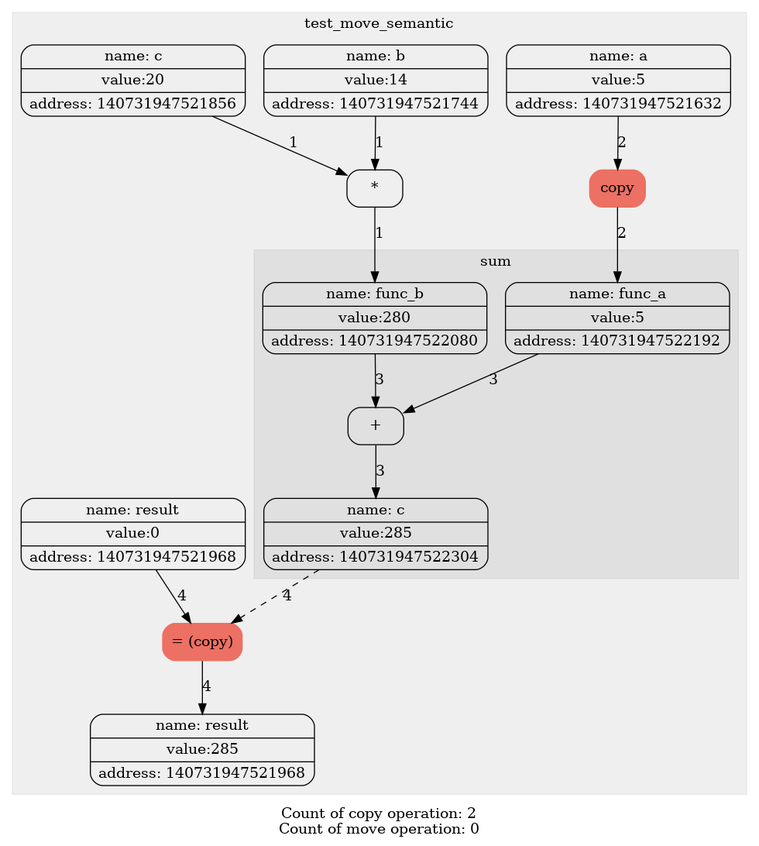
This is diagrams/graph_no_flag.png from levasemin/Move_Semantic, a Graphviz export, as it was before one commit. Its source is kept beside it as diagrams/graph_no_flag.dot.
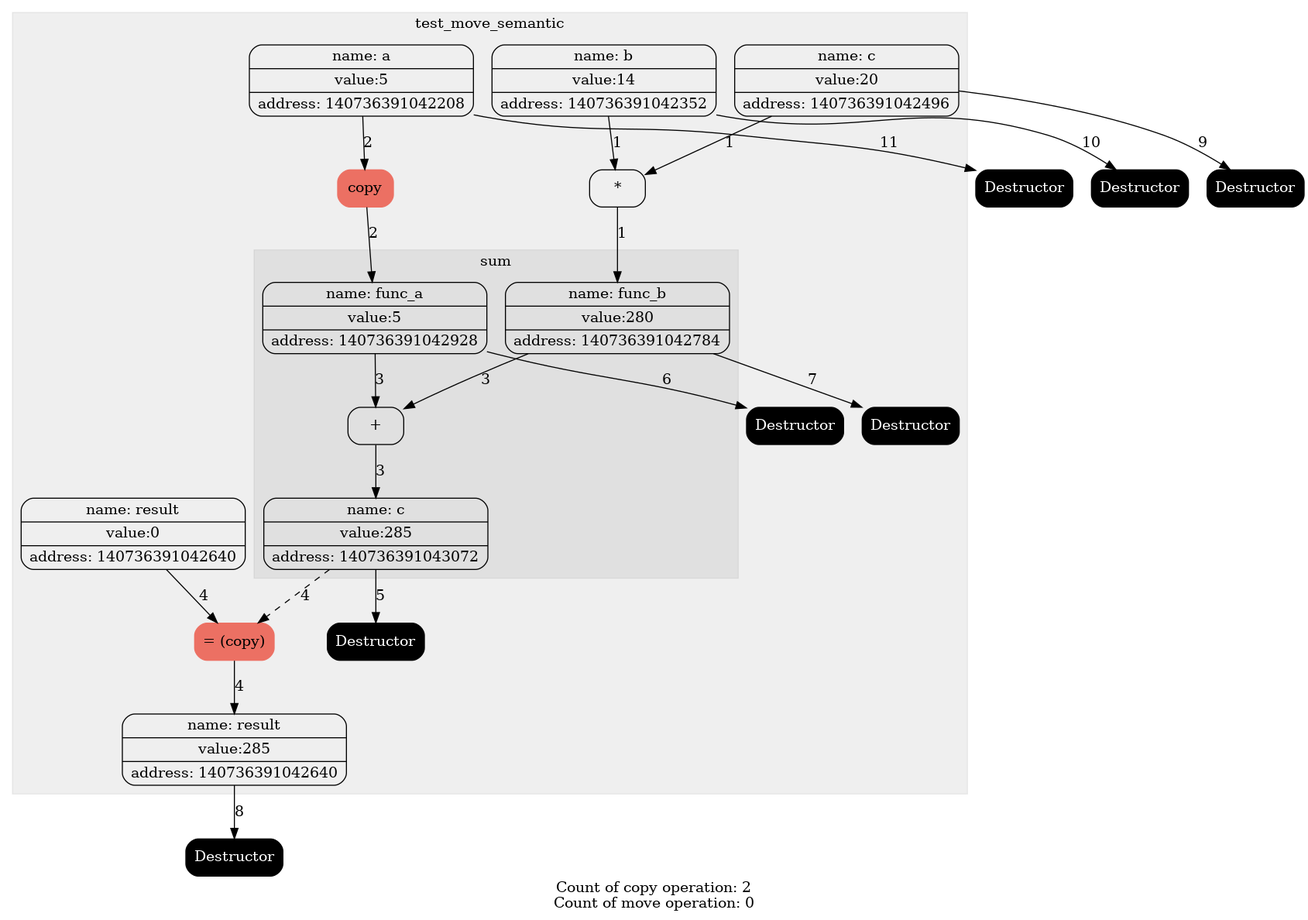
Above is the later version.

What changed in the source:
```diff
@@ -6,41 +6,55 @@
 label = test_move_semantic;
 style= filled
 color = "#00000010";
-1[label="{ {name: tmp0} | {value:5} | {address: 140731947521632}} " color=""style=""];
-1[label="{ {name: a} | {value:5} | {address: 140731947521632}} " color=""style=""];
-2[label="{ {name: tmp1} | {value:14} | {address: 140731947521744}} " color=""style=""];
-2[label="{ {name: b} | {value:14} | {address: 140731947521744}} " color=""style=""];
-3[label="{ {name: tmp2} | {value:20} | {address: 140731947521856}} " color=""style=""];
-3[label="{ {name: c} | {value:20} | {address: 140731947521856}} " color=""style=""];
-4[label="{ {name: tmp3} | {value:0} | {address: 140731947521968}} " color=""style=""];
-4[label="{ {name: result} | {value:0} | {address: 140731947521968}} " color=""style=""];
-5[label="*" color = "" style = ""];
-edge[style = "" color = ""label = "1"]2->5;
-edge[style = "" color = ""label = "1"]3->5;
-6[label="{ {name: tmp4} | {value:280} | {address: 140731947522080}} " color=""style=""];
-edge[style = "" color = ""label = "1"]5->6;
-7[label="copy" color = "#EC7063" style = "filled"];
-edge[style = "" color = ""label = "2"]1->7;
-8[label="{ {name: tmp5} | {value:5} | {address: 140731947522192}} " color=""style=""];
-edge[style = "" color = ""label = "2"]7->8;
+1[label="{ {name: tmp0} | {value:5} | {address: 140736391042208}} " color=""style=""fontcolor=""];
+1[label="{ {name: a} | {value:5} | {address: 140736391042208}} " color=""style=""fontcolor=""];
+2[label="{ {name: tmp1} | {value:14} | {address: 140736391042352}} " color=""style=""fontcolor=""];
+2[label="{ {name: b} | {value:14} | {address: 140736391042352}} " color=""style=""fontcolor=""];
+3[label="{ {name: tmp2} | {value:20} | {address: 140736391042496}} " color=""style=""fontcolor=""];
+3[label="{ {name: c} | {value:20} | {address: 140736391042496}} " color=""style=""fontcolor=""];
+4[label="{ {name: tmp3} | {value:0} | {address: 140736391042640}} " color=""style=""fontcolor=""];
+4[label="{ {name: result} | {value:0} | {address: 140736391042640}} " color=""style=""fontcolor=""];
+5[label="*" color = "" style = ""fontcolor =""];
+edge[style = "" color = ""label = "1"fontcolor =""]2->5;
+edge[style = "" color = ""label = "1"fontcolor =""]3->5;
+6[label="{ {name: tmp4} | {value:280} | {address: 140736391042784}} " color=""style=""fontcolor=""];
+edge[style = "" color = ""label = "1"fontcolor =""]5->6;
+7[label="copy" color = "#EC7063" style = "filled"fontcolor =""];
+edge[style = "" color = ""label = "2"fontcolor =""]1->7;
+8[label="{ {name: tmp5} | {value:5} | {address: 140736391042928}} " color=""style=""fontcolor=""];
+edge[style = "" color = ""label = "2"fontcolor =""]7->8;
 subgraph "cluster_1" {
 label = sum;
 style= filled
 color = "#00000010";
-8[label="{ {name: func_a} | {value:5} | {address: 140731947522192}} " color=""style=""];
-6[label="{ {name: func_b} | {value:280} | {address: 140731947522080}} " color=""style=""];
-9[label="+" color = "" style = ""];
-edge[style = "" color = ""label = "3"]8->9;
-edge[style = "" color = ""label = "3"]6->9;
-10[label="{ {name: tmp6} | {value:285} | {address: 140731947522304}} " color=""style=""];
-edge[style = "" color = ""label = "3"]9->10;
-10[label="{ {name: c} | {value:285} | {address: 140731947522304}} " color=""style=""];
+8[label="{ {name: func_a} | {value:5} | {address: 140736391042928}} " color=""style=""fontcolor=""];
+6[label="{ {name: func_b} | {value:280} | {address: 140736391042784}} " color=""style=""fontcolor=""];
+9[label="+" color = "" style = ""fontcolor =""];
+edge[style = "" color = ""label = "3"fontcolor =""]8->9;
+edge[style = "" color = ""label = "3"fontcolor =""]6->9;
+10[label="{ {name: tmp6} | {value:285} | {address: 140736391043072}} " color=""style=""fontcolor=""];
+edge[style = "" color = ""label = "3"fontcolor =""]9->10;
+10[label="{ {name: c} | {value:285} | {address: 140736391043072}} " color=""style=""fontcolor=""];
 }
-11[label="= (copy)" color = "#EC7063" style = "filled"];
-edge[style = "" color = ""label = "4"]4->11;
-edge[style = "dashed" color = ""label = "4"]10->11;
-12[label="{ {name: result} | {value:285} | {address: 140731947521968}} " color=""style=""];
-edge[style = "" color = ""label = "4"]11->12;
+11[label="= (copy)" color = "#EC7063" style = "filled"fontcolor =""];
+edge[style = "" color = ""label = "4"fontcolor =""]4->11;
+edge[style = "dashed" color = ""label = "4"fontcolor =""]10->11;
+12[label="{ {name: result} | {value:285} | {address: 140736391042640}} " color=""style=""fontcolor=""];
+edge[style = "" color = ""label = "4"fontcolor =""]11->12;
+13[label="Destructor" color = "black" style = "filled"fontcolor ="white"];
+edge[style = "" color = ""label = "5"fontcolor =""]10->13;
+14[label="Destructor" color = "black" style = "filled"fontcolor ="white"];
+edge[style = "" color = ""label = "6"fontcolor =""]8->14;
+15[label="Destructor" color = "black" style = "filled"fontcolor ="white"];
+edge[style = "" color = ""label = "7"fontcolor =""]6->15;
 }
+16[label="Destructor" color = "black" style = "filled"fontcolor ="white"];
+edge[style = "" color = ""label = "8"fontcolor =""]12->16;
+17[label="Destructor" color = "black" style = "filled"fontcolor ="white"];
+edge[style = "" color = ""label = "9"fontcolor =""]3->17;
+18[label="Destructor" color = "black" style = "filled"fontcolor ="white"];
+edge[style = "" color = ""label = "10"fontcolor =""]2->18;
+19[label="Destructor" color = "black" style = "filled"fontcolor ="white"];
+edge[style = "" color = ""label = "11"fontcolor =""]1->19;
 label="Count of copy operation: 2
 Count of move operation: 0"}
```
